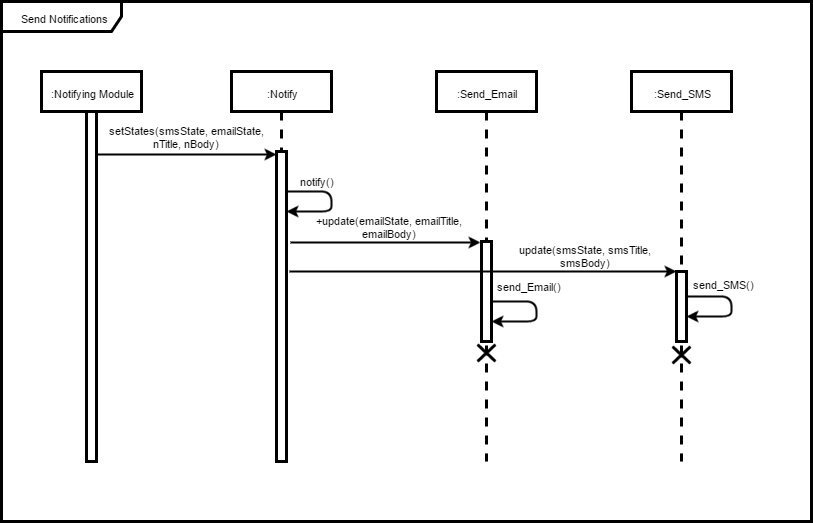
RitzDoolabh/COS301-Team_Fortran keeps this draw.io diagram as Notification_Sequence_Diagram.png. Above is the earlier version. Source tidied: cells renumbered, new cells last; positions are measured from the earlier drawing's top-left corner, leaving out a move shared by most shapes. Its diagram source:
```xml
<mxGraphModel>
  <root>
    <mxCell id="0" />
    <mxCell id="1" parent="0" />
    <mxCell id="2" value="Send Notifications" style="shape=umlFrame;whiteSpace=wrap;html=1;labelBackgroundColor=none;strokeColor=#000000;strokeWidth=3;fontSize=11;fontColor=#000000;width=120;height=30;" parent="1" vertex="1">
      <mxGeometry width="810" height="520" as="geometry" />
    </mxCell>
    <mxCell id="3" value=":Notifying Module" style="shape=umlLifeline;perimeter=lifelinePerimeter;whiteSpace=wrap;html=1;labelBackgroundColor=none;strokeColor=#000000;strokeWidth=3;fontSize=11;fontColor=#000000;" parent="1" vertex="1">
      <mxGeometry x="40" y="70" width="100" height="390" as="geometry" />
    </mxCell>
    <mxCell id="4" style="html=1;points=[];perimeter=orthogonalPerimeter;labelBackgroundColor=none;strokeColor=#000000;strokeWidth=3;fontSize=11;fontColor=#000000;" parent="3" vertex="1">
      <mxGeometry x="45" y="40" width="10" height="350" as="geometry" />
    </mxCell>
    <mxCell id="5" value=":Notify" style="shape=umlLifeline;perimeter=lifelinePerimeter;whiteSpace=wrap;html=1;labelBackgroundColor=none;strokeColor=#000000;strokeWidth=3;fontSize=11;fontColor=#000000;" parent="1" vertex="1">
      <mxGeometry x="230" y="70" width="100" height="390" as="geometry" />
    </mxCell>
    <mxCell id="6" style="html=1;points=[];perimeter=orthogonalPerimeter;labelBackgroundColor=none;strokeColor=#000000;strokeWidth=3;fontSize=11;fontColor=#000000;" parent="5" vertex="1">
      <mxGeometry x="45" y="80" width="10" height="310" as="geometry" />
    </mxCell>
    <mxCell id="7" style="endArrow=classic;html=1;strokeColor=#000000;strokeWidth=2;fontSize=11;fontColor=#000000;entryX=0;entryY=0.01;entryPerimeter=0;exitX=1;exitY=0.123;exitPerimeter=0;" parent="1" edge="1" source="4" target="6">
      <mxGeometry relative="1" as="geometry" />
    </mxCell>
    <mxCell id="8" value=":Send_Email" style="shape=umlLifeline;perimeter=lifelinePerimeter;whiteSpace=wrap;html=1;labelBackgroundColor=none;strokeColor=#000000;strokeWidth=3;fontSize=11;fontColor=#000000;" parent="1" vertex="1">
      <mxGeometry x="435" y="70" width="100" height="390" as="geometry" />
    </mxCell>
    <mxCell id="9" style="html=1;points=[];perimeter=orthogonalPerimeter;labelBackgroundColor=none;strokeColor=#000000;strokeWidth=3;fontSize=11;fontColor=#000000;" parent="8" vertex="1">
      <mxGeometry x="45" y="170" width="10" height="100" as="geometry" />
    </mxCell>
    <mxCell id="10" style="shape=umlDestroy;whiteSpace=wrap;html=1;strokeWidth=3;labelBackgroundColor=none;fontSize=11;fontColor=#000000;" parent="8" vertex="1">
      <mxGeometry x="41" y="273" width="18" height="17" as="geometry" />
    </mxCell>
    <mxCell id="11" value=":Send_SMS" style="shape=umlLifeline;perimeter=lifelinePerimeter;whiteSpace=wrap;html=1;labelBackgroundColor=none;strokeColor=#000000;strokeWidth=3;fontSize=11;fontColor=#000000;" parent="1" vertex="1">
      <mxGeometry x="630" y="70" width="100" height="390" as="geometry" />
    </mxCell>
    <mxCell id="12" style="html=1;perimeter=orthogonalPerimeter;labelBackgroundColor=none;strokeColor=#000000;strokeWidth=3;fontSize=11;fontColor=#000000;" parent="11" vertex="1">
      <mxGeometry x="45" y="200" width="10" height="70" as="geometry" />
    </mxCell>
    <mxCell id="13" style="shape=umlDestroy;whiteSpace=wrap;html=1;strokeWidth=3;labelBackgroundColor=none;fontSize=11;fontColor=#000000;" parent="11" vertex="1">
      <mxGeometry x="41" y="275" width="18" height="17" as="geometry" />
    </mxCell>
    <mxCell id="14" style="endArrow=classic;html=1;strokeColor=#000000;strokeWidth=2;fontSize=11;fontColor=#000000;" parent="1" edge="1" target="6">
      <mxGeometry x="300" y="230" as="geometry">
        <mxPoint x="285" y="190" as="sourcePoint" />
        <Array as="points">
          <mxPoint x="330" y="190" />
          <mxPoint x="330" y="210" />
          <mxPoint x="310" y="210" />
        </Array>
      </mxGeometry>
    </mxCell>
    <mxCell id="15" style="endArrow=classic;html=1;strokeColor=#000000;strokeWidth=2;fontSize=11;fontColor=#000000;entryX=-0.1;entryY=0.014;entryPerimeter=0;" parent="1" edge="1" target="9">
      <mxGeometry x="130" y="203" as="geometry">
        <mxPoint x="289" y="241" as="sourcePoint" />
      </mxGeometry>
    </mxCell>
    <mxCell id="16" style="endArrow=classic;html=1;strokeColor=#000000;strokeWidth=2;fontSize=11;fontColor=#000000;entryX=0;entryY=0.01;entryPerimeter=0;exitX=1.3;exitY=0.387;exitPerimeter=0;" parent="1" edge="1" source="6">
      <mxGeometry x="520" y="310" as="geometry">
        <mxPoint x="675" y="270" as="targetPoint" />
      </mxGeometry>
    </mxCell>
    <mxCell id="17" style="endArrow=classic;html=1;strokeColor=#000000;strokeWidth=2;fontSize=11;fontColor=#000000;" parent="1" edge="1">
      <mxGeometry x="505" y="340" as="geometry">
        <mxPoint x="490" y="300" as="sourcePoint" />
        <mxPoint x="490" y="320" as="targetPoint" />
        <Array as="points">
          <mxPoint x="535" y="300" />
          <mxPoint x="535" y="320" />
          <mxPoint x="515" y="320" />
        </Array>
      </mxGeometry>
    </mxCell>
    <mxCell id="18" style="endArrow=classic;html=1;strokeColor=#000000;strokeWidth=2;fontSize=11;fontColor=#000000;" parent="1" edge="1">
      <mxGeometry x="700" y="335" as="geometry">
        <mxPoint x="685" y="295" as="sourcePoint" />
        <mxPoint x="685" y="315" as="targetPoint" />
        <Array as="points">
          <mxPoint x="730" y="295" />
          <mxPoint x="730" y="315" />
          <mxPoint x="710" y="315" />
        </Array>
      </mxGeometry>
    </mxCell>
    <mxCell id="19" value="setStates(smsState, emailState, nTitle, nBody)" style="text;html=1;strokeColor=none;fillColor=none;align=center;verticalAlign=middle;whiteSpace=wrap;labelBackgroundColor=none;fontSize=11;fontColor=#000000;" parent="1" vertex="1">
      <mxGeometry x="105" y="116" width="160" height="40" as="geometry" />
    </mxCell>
    <mxCell id="20" value="notify()" style="text;html=1;strokeColor=none;fillColor=none;align=center;verticalAlign=middle;whiteSpace=wrap;labelBackgroundColor=none;fontSize=11;fontColor=#000000;" parent="1" vertex="1">
      <mxGeometry x="295" y="170" width="40" height="20" as="geometry" />
    </mxCell>
    <mxCell id="21" value="update(smsState, smsTitle, smsBody)" style="text;html=1;strokeColor=none;fillColor=none;align=center;verticalAlign=middle;whiteSpace=wrap;labelBackgroundColor=none;fontSize=11;fontColor=#000000;" parent="1" vertex="1">
      <mxGeometry x="504" y="245" width="160" height="20" as="geometry" />
    </mxCell>
    <mxCell id="22" value="+update(emailState, emailTitle, emailBody)" style="text;html=1;strokeColor=none;fillColor=none;align=center;verticalAlign=middle;whiteSpace=wrap;labelBackgroundColor=none;fontSize=11;fontColor=#000000;" parent="1" vertex="1">
      <mxGeometry x="308" y="216" width="160" height="20" as="geometry" />
    </mxCell>
    <mxCell id="23" value="send_Email()" style="text;html=1;strokeColor=none;fillColor=none;align=center;verticalAlign=middle;whiteSpace=wrap;labelBackgroundColor=none;fontSize=11;fontColor=#000000;" parent="1" vertex="1">
      <mxGeometry x="487" y="275" width="80" height="20" as="geometry" />
    </mxCell>
    <mxCell id="24" value="send_SMS()" style="text;html=1;strokeColor=none;fillColor=none;align=center;verticalAlign=middle;whiteSpace=wrap;labelBackgroundColor=none;fontSize=11;fontColor=#000000;" parent="1" vertex="1">
      <mxGeometry x="684" y="273" width="75" height="20" as="geometry" />
    </mxCell>
  </root>
</mxGraphModel>
```
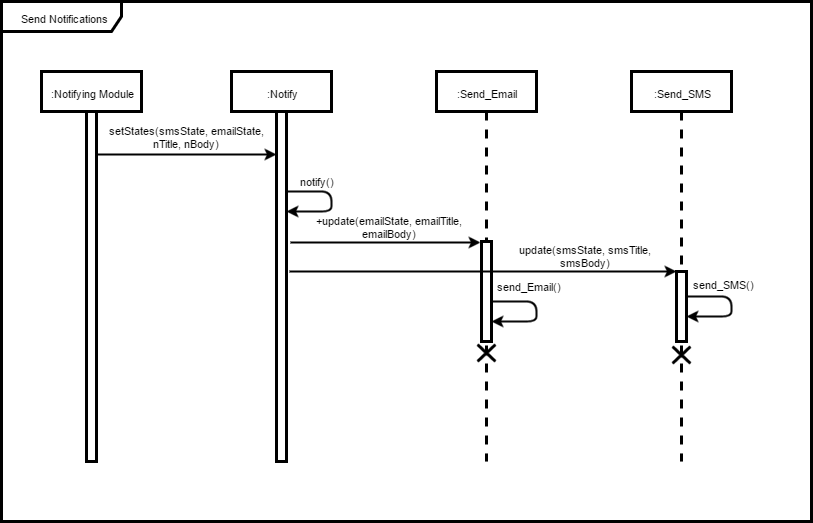
After the change.

Diff of the diagram source:
```diff
@@ -14,11 +14,13 @@
     <mxCell id="5" value=":Notify" style="shape=umlLifeline;perimeter=lifelinePerimeter;whiteSpace=wrap;html=1;labelBackgroundColor=none;strokeColor=#000000;strokeWidth=3;fontSize=11;fontColor=#000000;" parent="1" vertex="1">
       <mxGeometry x="230" y="70" width="100" height="390" as="geometry" />
     </mxCell>
-    <mxCell id="6" style="html=1;points=[];perimeter=orthogonalPerimeter;labelBackgroundColor=none;strokeColor=#000000;strokeWidth=3;fontSize=11;fontColor=#000000;" parent="5" vertex="1">
-      <mxGeometry x="45" y="80" width="10" height="310" as="geometry" />
-    </mxCell>
+    <mxCell id="25" style="html=1;perimeter=orthogonalPerimeter;labelBackgroundColor=none;strokeColor=#000000;strokeWidth=3;fontSize=11;fontColor=#000000;" parent="5" vertex="1">
+      <mxGeometry x="45" y="40" width="10" height="350" as="geometry" />
+    </mxCell>
-    <mxCell id="7" style="endArrow=classic;html=1;strokeColor=#000000;strokeWidth=2;fontSize=11;fontColor=#000000;entryX=0;entryY=0.01;entryPerimeter=0;exitX=1;exitY=0.123;exitPerimeter=0;" parent="1" edge="1" source="4" target="6">
-      <mxGeometry relative="1" as="geometry" />
+    <mxCell id="7" style="endArrow=classic;html=1;strokeColor=#000000;strokeWidth=2;fontSize=11;fontColor=#000000;entryX=0;entryY=0.01;entryPerimeter=0;exitX=1;exitY=0.123;exitPerimeter=0;" parent="1" edge="1" source="4">
+      <mxGeometry relative="1" as="geometry">
+        <mxPoint x="275" y="153" as="targetPoint" />
+      </mxGeometry>
     </mxCell>
     <mxCell id="8" value=":Send_Email" style="shape=umlLifeline;perimeter=lifelinePerimeter;whiteSpace=wrap;html=1;labelBackgroundColor=none;strokeColor=#000000;strokeWidth=3;fontSize=11;fontColor=#000000;" parent="1" vertex="1">
       <mxGeometry x="435" y="70" width="100" height="390" as="geometry" />
@@ -38,9 +40,10 @@
     <mxCell id="13" style="shape=umlDestroy;whiteSpace=wrap;html=1;strokeWidth=3;labelBackgroundColor=none;fontSize=11;fontColor=#000000;" parent="11" vertex="1">
       <mxGeometry x="41" y="275" width="18" height="17" as="geometry" />
     </mxCell>
-    <mxCell id="14" style="endArrow=classic;html=1;strokeColor=#000000;strokeWidth=2;fontSize=11;fontColor=#000000;" parent="1" edge="1" target="6">
+    <mxCell id="14" style="endArrow=classic;html=1;strokeColor=#000000;strokeWidth=2;fontSize=11;fontColor=#000000;" parent="1" edge="1">
       <mxGeometry x="300" y="230" as="geometry">
         <mxPoint x="285" y="190" as="sourcePoint" />
+        <mxPoint x="285" y="210" as="targetPoint" />
         <Array as="points">
           <mxPoint x="330" y="190" />
           <mxPoint x="330" y="210" />
@@ -53,8 +56,9 @@
         <mxPoint x="289" y="241" as="sourcePoint" />
       </mxGeometry>
     </mxCell>
-    <mxCell id="16" style="endArrow=classic;html=1;strokeColor=#000000;strokeWidth=2;fontSize=11;fontColor=#000000;entryX=0;entryY=0.01;entryPerimeter=0;exitX=1.3;exitY=0.387;exitPerimeter=0;" parent="1" edge="1" source="6">
+    <mxCell id="16" style="endArrow=classic;html=1;strokeColor=#000000;strokeWidth=2;fontSize=11;fontColor=#000000;entryX=0;entryY=0.01;entryPerimeter=0;exitX=1.3;exitY=0.387;exitPerimeter=0;" parent="1" edge="1">
       <mxGeometry x="520" y="310" as="geometry">
+        <mxPoint x="288" y="270" as="sourcePoint" />
         <mxPoint x="675" y="270" as="targetPoint" />
       </mxGeometry>
     </mxCell>
```
